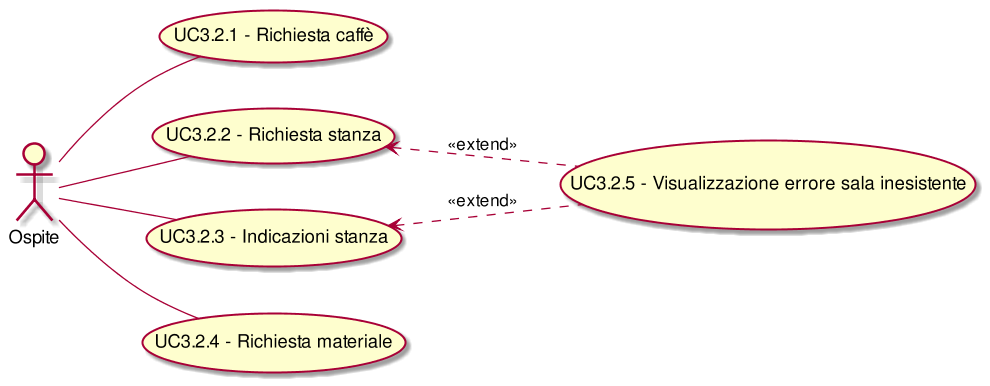
CoCodeSWE/Docs keeps this PlantUML diagram as RP/Esterni/AnalisiDeiRequisiti/images/UseCaseUC32.png. Above is the earlier version.
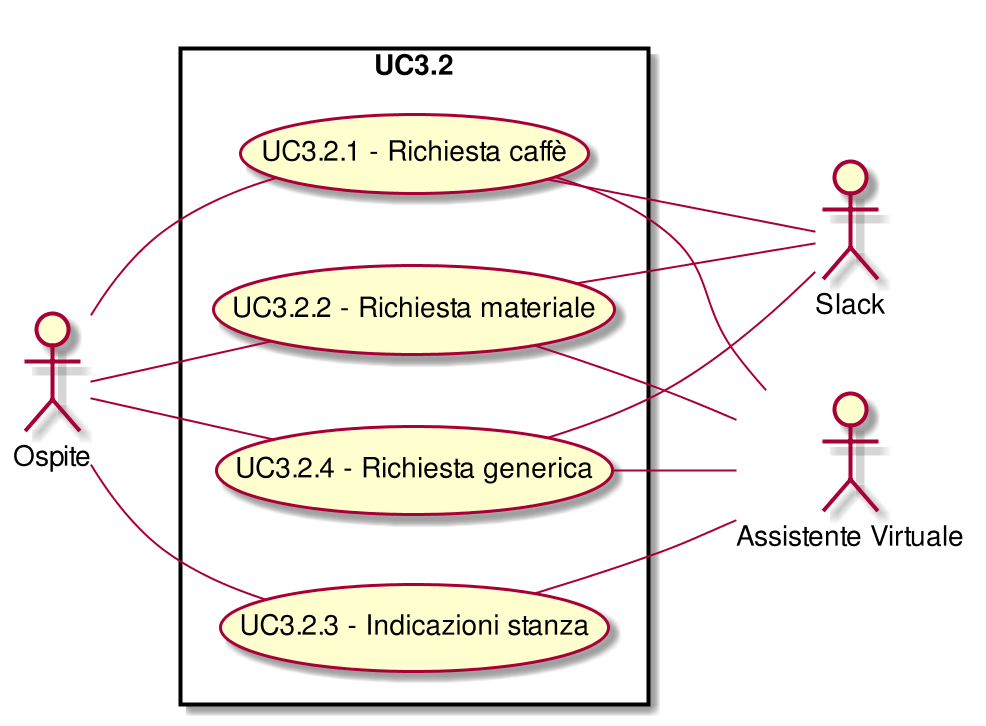
After the change.

What changed in the source:
```diff
@@ -1,15 +1,32 @@
 @startuml
 scale 1000*1000
 left to right direction
-(UC3.2.2) <.. (UC3.2.5): <<extend>>
-(UC3.2.3) <.. (UC3.2.5): <<extend>>
+skinparam packageStyle rect
+:Ospite:
+:Slack:
+:Assistente Virtuale:
+rectangle UC3.2{
 ( UC3.2.1 - Richiesta caffè ) as (UC3.2.1)
 :Ospite:--(UC3.2.1)
-( UC3.2.2 - Richiesta stanza ) as (UC3.2.2)
+( UC3.2.1 - Richiesta caffè ) as (UC3.2.1)
+(UC3.2.1)--:Slack:
+( UC3.2.1 - Richiesta caffè ) as (UC3.2.1)
+(UC3.2.1)--:Assistente Virtuale:
+( UC3.2.2 - Richiesta materiale ) as (UC3.2.2)
 :Ospite:--(UC3.2.2)
+( UC3.2.2 - Richiesta materiale ) as (UC3.2.2)
+(UC3.2.2)--:Slack:
+( UC3.2.2 - Richiesta materiale ) as (UC3.2.2)
+(UC3.2.2)--:Assistente Virtuale:
 ( UC3.2.3 - Indicazioni stanza ) as (UC3.2.3)
 :Ospite:--(UC3.2.3)
-( UC3.2.4 - Richiesta materiale ) as (UC3.2.4)
+( UC3.2.3 - Indicazioni stanza ) as (UC3.2.3)
+(UC3.2.3)--:Assistente Virtuale:
+( UC3.2.4 - Richiesta generica ) as (UC3.2.4)
 :Ospite:--(UC3.2.4)
-( UC3.2.5 - Visualizzazione errore sala inesistente ) as (UC3.2.5)
+( UC3.2.4 - Richiesta generica ) as (UC3.2.4)
+(UC3.2.4)--:Slack:
+( UC3.2.4 - Richiesta generica ) as (UC3.2.4)
+(UC3.2.4)--:Assistente Virtuale:
+}
 @enduml
```
